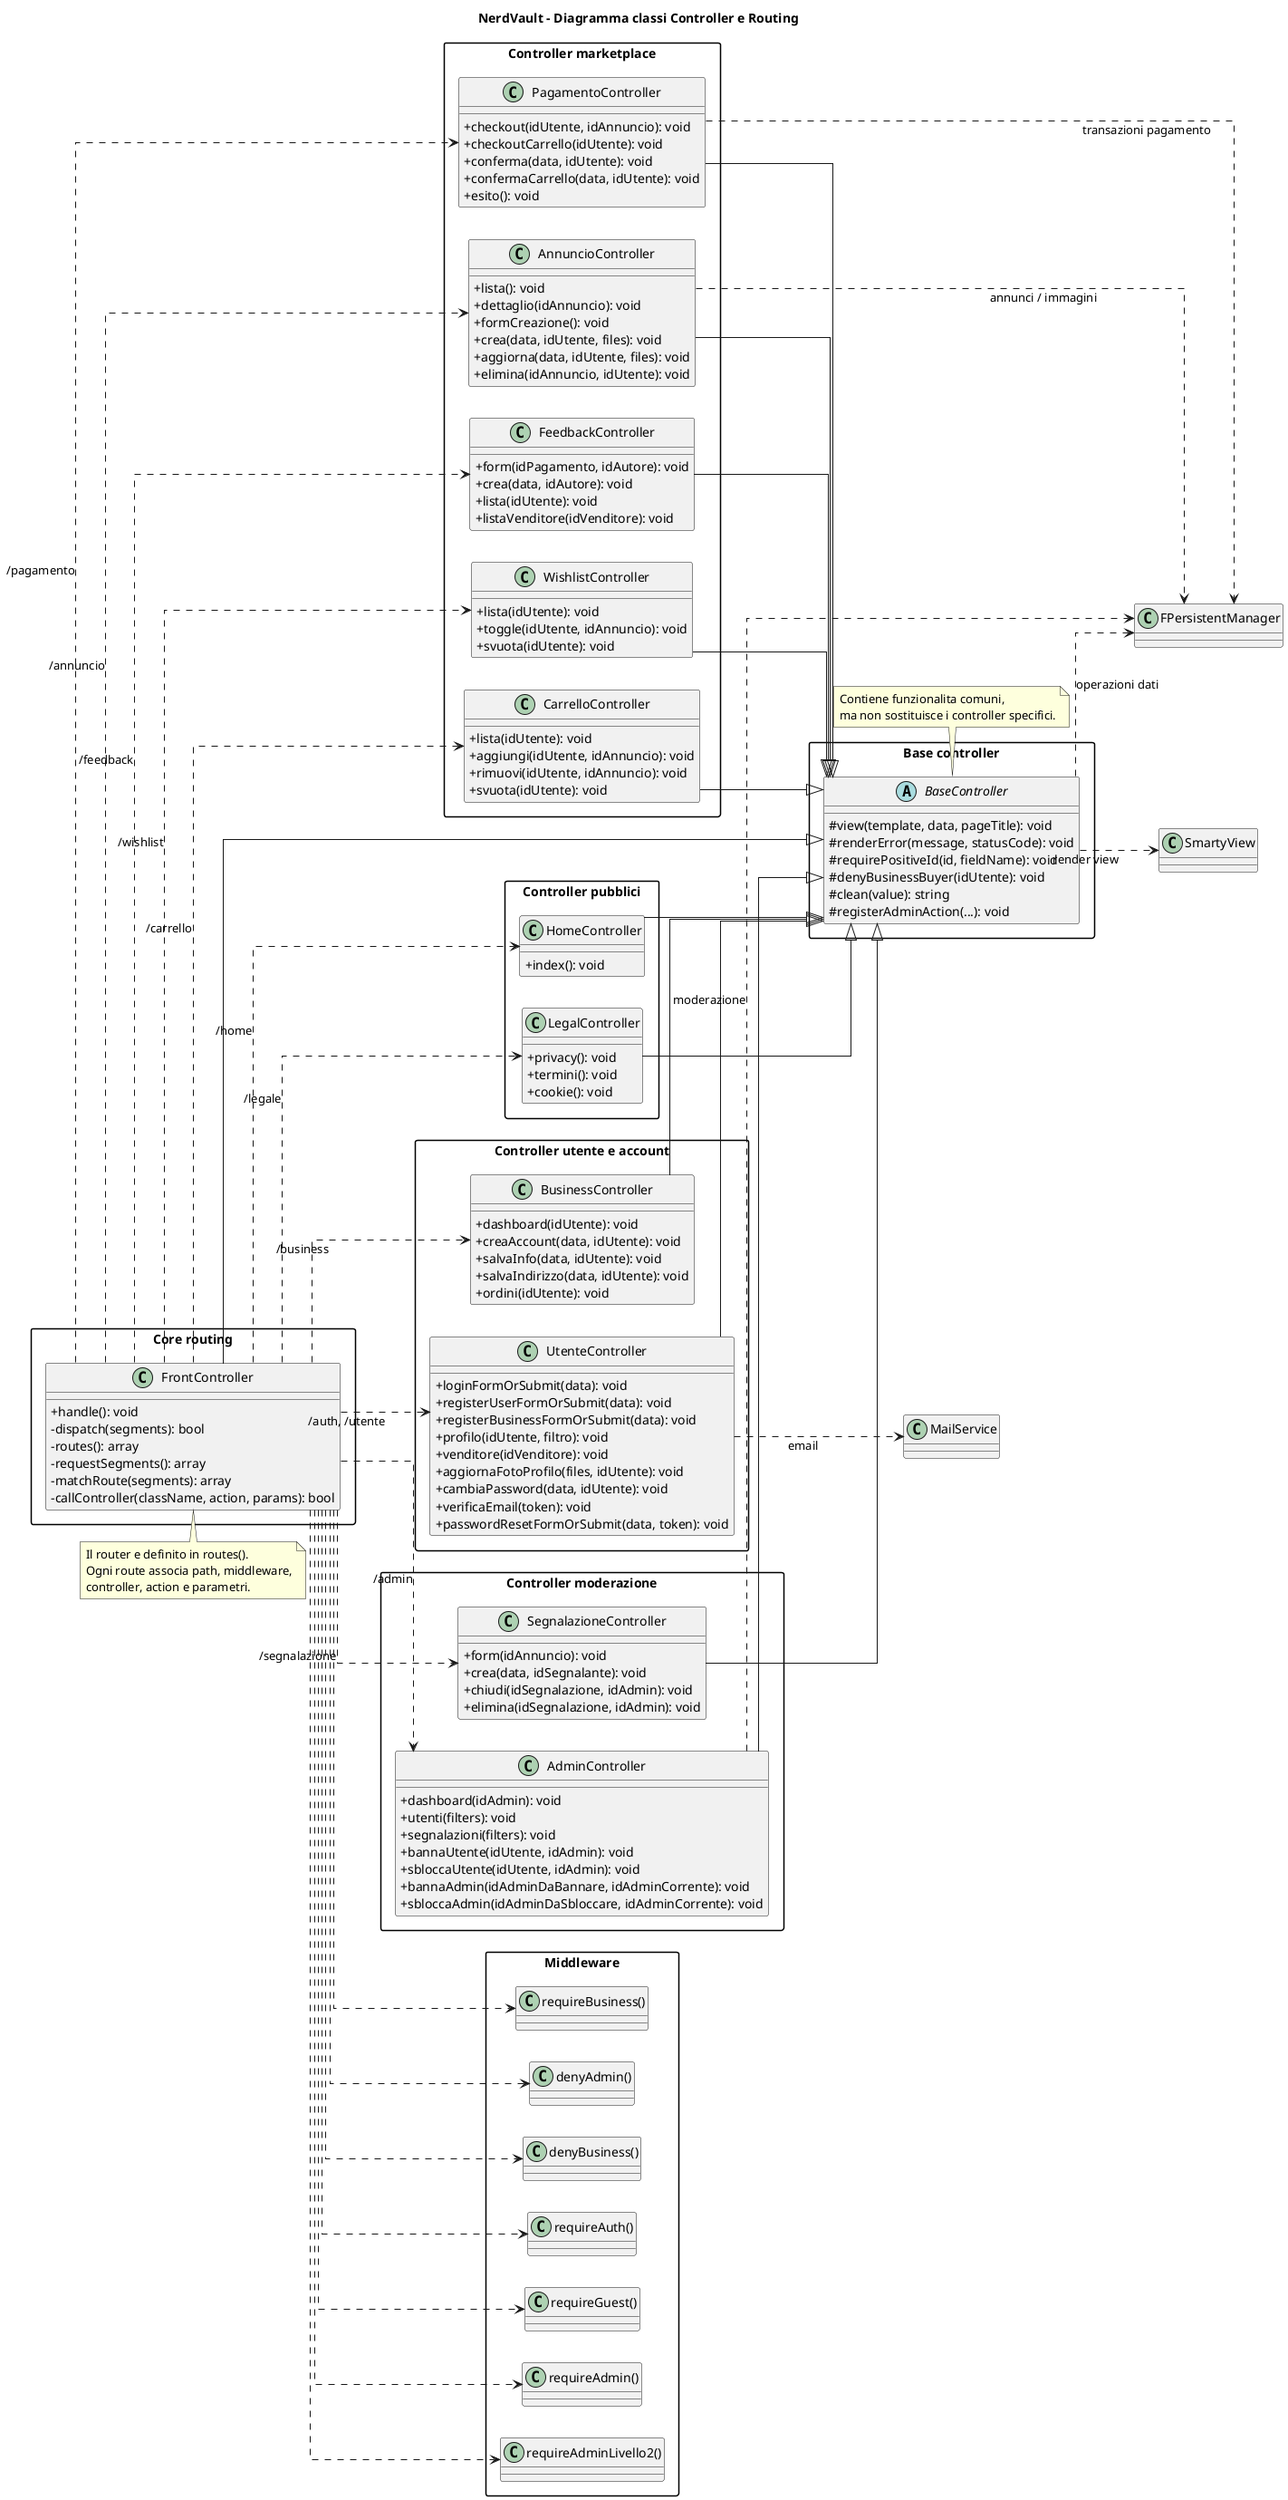
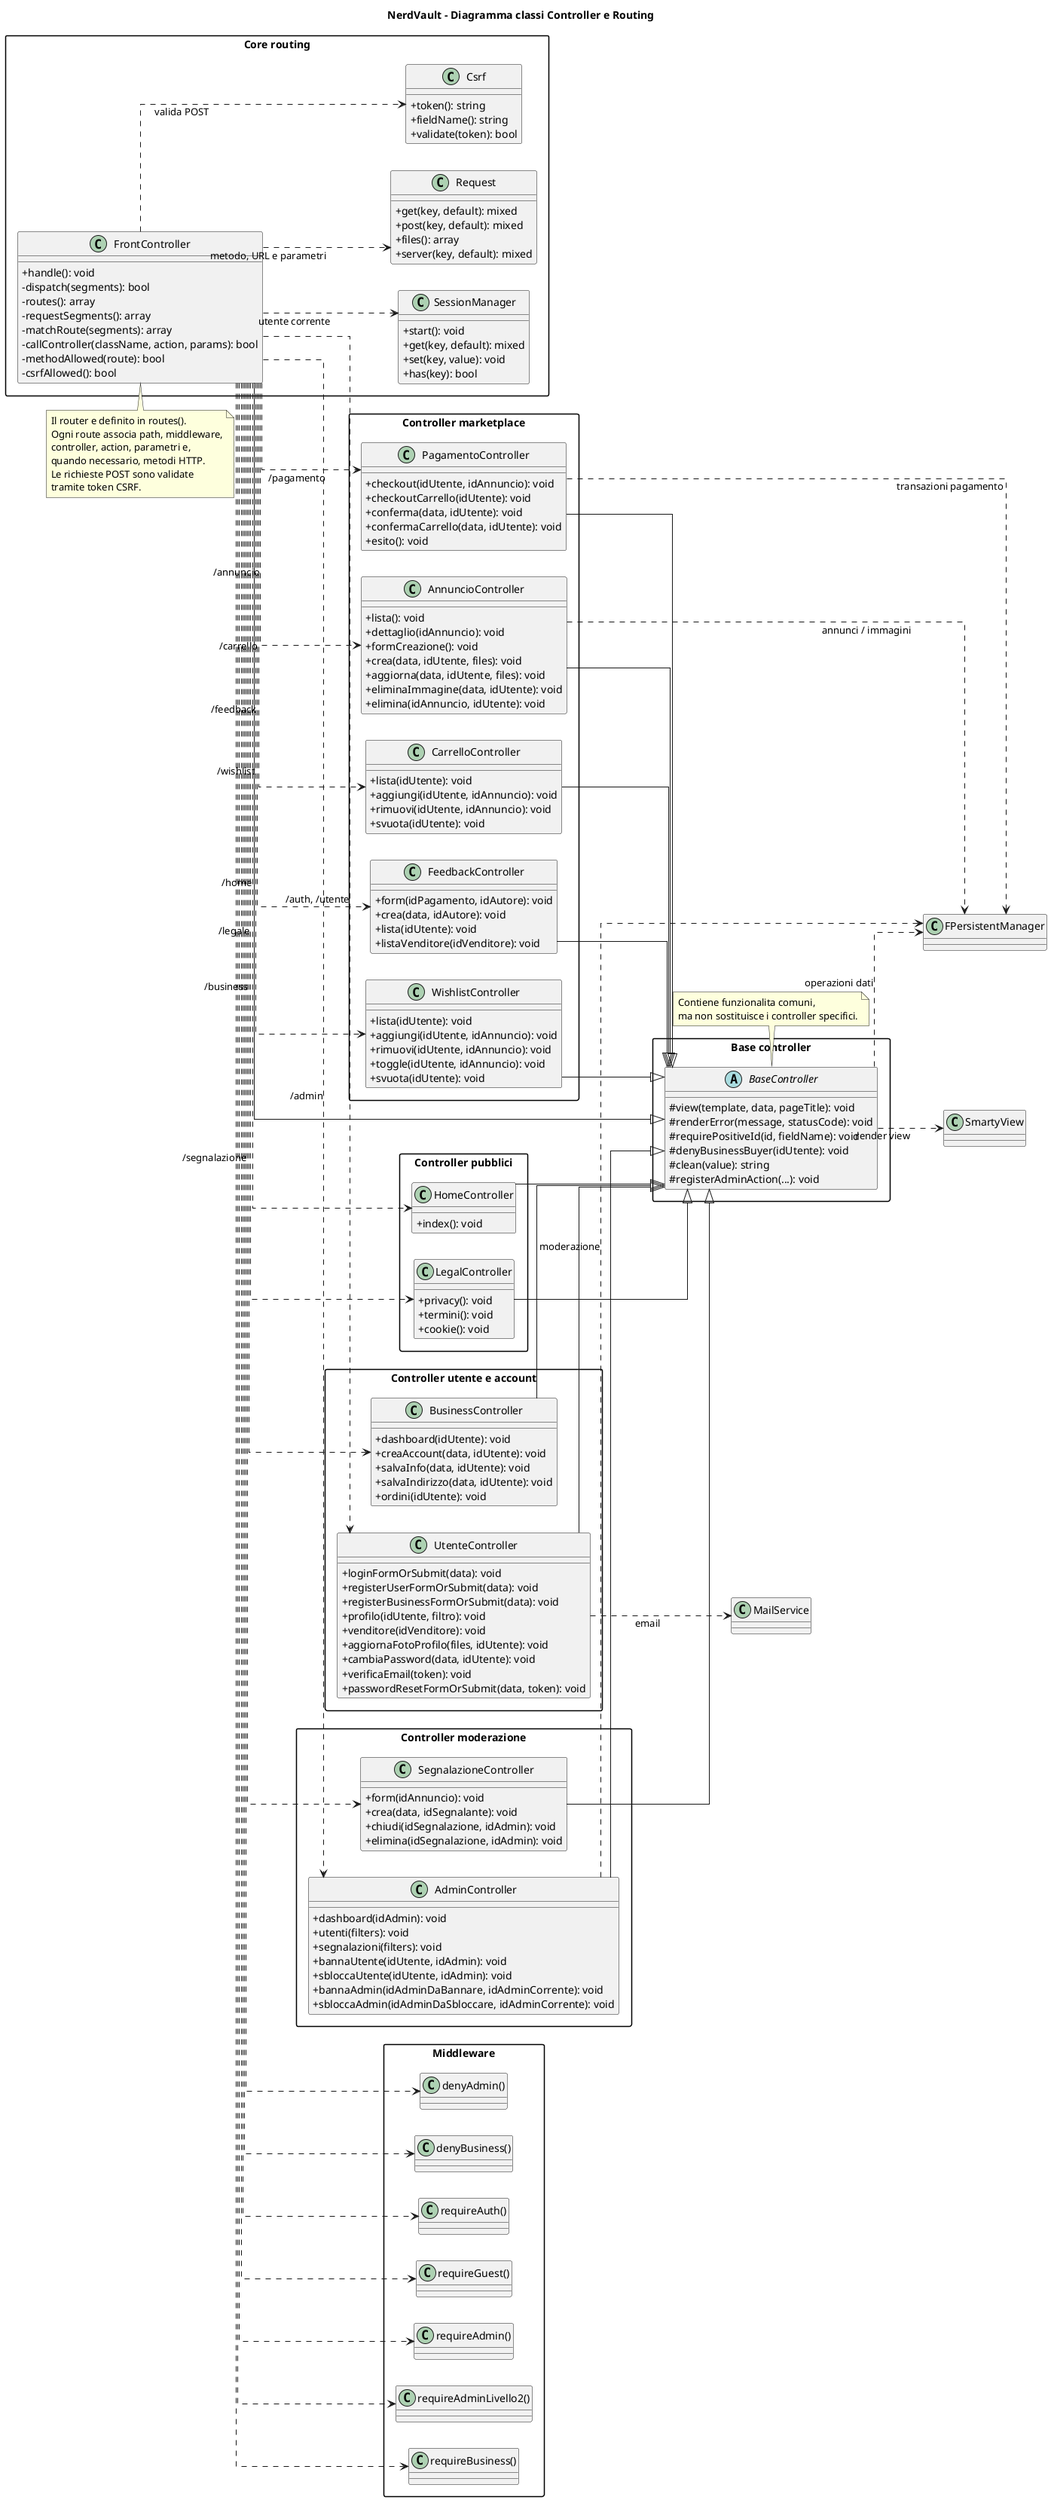
@startuml
title NerdVault - Diagramma classi Controller e Routing

skinparam classAttributeIconSize 0
skinparam shadowing false
skinparam linetype ortho
skinparam packageStyle rectangle

left to right direction

package "Core routing" {
  class FrontController {
    + handle(): void
    - dispatch(segments): bool
    - routes(): array
    - requestSegments(): array
    - matchRoute(segments): array
    - callController(className, action, params): bool
+     - methodAllowed(route): bool
+     - csrfAllowed(): bool
+   }
+ 
+   class Request {
+     + get(key, default): mixed
+     + post(key, default): mixed
+     + files(): array
+     + server(key, default): mixed
+   }
+ 
+   class Csrf {
+     + token(): string
+     + fieldName(): string
+     + validate(token): bool
+   }
+ 
+   class SessionManager {
+     + start(): void
+     + get(key, default): mixed
+     + set(key, value): void
+     + has(key): bool
  }
}

package "Base controller" {
  abstract class BaseController {
    # view(template, data, pageTitle): void
    # renderError(message, statusCode): void
    # requirePositiveId(id, fieldName): void
    # denyBusinessBuyer(idUtente): void
    # clean(value): string
    # registerAdminAction(...): void
  }
}

package "Controller pubblici" {
  class HomeController {
    + index(): void
  }

  class LegalController {
    + privacy(): void
    + termini(): void
    + cookie(): void
  }
}

package "Controller utente e account" {
  class UtenteController {
    + loginFormOrSubmit(data): void
    + registerUserFormOrSubmit(data): void
    + registerBusinessFormOrSubmit(data): void
    + profilo(idUtente, filtro): void
    + venditore(idVenditore): void
    + aggiornaFotoProfilo(files, idUtente): void
    + cambiaPassword(data, idUtente): void
    + verificaEmail(token): void
    + passwordResetFormOrSubmit(data, token): void
  }

  class BusinessController {
    + dashboard(idUtente): void
    + creaAccount(data, idUtente): void
    + salvaInfo(data, idUtente): void
    + salvaIndirizzo(data, idUtente): void
    + ordini(idUtente): void
  }
}

package "Controller marketplace" {
  class AnnuncioController {
    + lista(): void
    + dettaglio(idAnnuncio): void
    + formCreazione(): void
    + crea(data, idUtente, files): void
    + aggiorna(data, idUtente, files): void
+     + eliminaImmagine(data, idUtente): void
    + elimina(idAnnuncio, idUtente): void
  }

  class WishlistController {
    + lista(idUtente): void
+     + aggiungi(idUtente, idAnnuncio): void
+     + rimuovi(idUtente, idAnnuncio): void
    + toggle(idUtente, idAnnuncio): void
    + svuota(idUtente): void
  }

  class CarrelloController {
    + lista(idUtente): void
    + aggiungi(idUtente, idAnnuncio): void
    + rimuovi(idUtente, idAnnuncio): void
    + svuota(idUtente): void
  }

  class PagamentoController {
    + checkout(idUtente, idAnnuncio): void
    + checkoutCarrello(idUtente): void
    + conferma(data, idUtente): void
    + confermaCarrello(data, idUtente): void
    + esito(): void
  }

  class FeedbackController {
    + form(idPagamento, idAutore): void
    + crea(data, idAutore): void
    + lista(idUtente): void
    + listaVenditore(idVenditore): void
  }
}

package "Controller moderazione" {
  class SegnalazioneController {
    + form(idAnnuncio): void
    + crea(data, idSegnalante): void
    + chiudi(idSegnalazione, idAdmin): void
    + elimina(idSegnalazione, idAdmin): void
  }

  class AdminController {
    + dashboard(idAdmin): void
    + utenti(filters): void
    + segnalazioni(filters): void
    + bannaUtente(idUtente, idAdmin): void
    + sbloccaUtente(idUtente, idAdmin): void
    + bannaAdmin(idAdminDaBannare, idAdminCorrente): void
    + sbloccaAdmin(idAdminDaSbloccare, idAdminCorrente): void
  }
}

package "Middleware" {
  class "requireAuth()" as RequireAuth
  class "requireGuest()" as RequireGuest
  class "requireAdmin()" as RequireAdmin
  class "requireAdminLivello2()" as RequireAdmin2
  class "requireBusiness()" as RequireBusiness
  class "denyAdmin()" as DenyAdmin
  class "denyBusiness()" as DenyBusiness
}

FrontController --|> BaseController
HomeController --|> BaseController
LegalController --|> BaseController
UtenteController --|> BaseController
BusinessController --|> BaseController
AnnuncioController --|> BaseController
WishlistController --|> BaseController
CarrelloController --|> BaseController
PagamentoController --|> BaseController
FeedbackController --|> BaseController
SegnalazioneController --|> BaseController
AdminController --|> BaseController

FrontController ..> HomeController : /home
FrontController ..> LegalController : /legale
FrontController ..> UtenteController : /auth, /utente
FrontController ..> BusinessController : /business
FrontController ..> AnnuncioController : /annuncio
FrontController ..> WishlistController : /wishlist
FrontController ..> CarrelloController : /carrello
FrontController ..> PagamentoController : /pagamento
FrontController ..> FeedbackController : /feedback
FrontController ..> SegnalazioneController : /segnalazione
FrontController ..> AdminController : /admin

FrontController ..> RequireAuth
FrontController ..> RequireGuest
FrontController ..> RequireAdmin
FrontController ..> RequireAdmin2
FrontController ..> RequireBusiness
FrontController ..> DenyAdmin
FrontController ..> DenyBusiness
+ FrontController ..> Request : metodo, URL e parametri
+ FrontController ..> Csrf : valida POST
+ FrontController ..> SessionManager : utente corrente

BaseController ..> SmartyView : render view
BaseController ..> FPersistentManager : operazioni dati
UtenteController ..> MailService : email
AnnuncioController ..> FPersistentManager : annunci / immagini
PagamentoController ..> FPersistentManager : transazioni pagamento
AdminController ..> FPersistentManager : moderazione

note top of FrontController
Il router e definito in routes().
Ogni route associa path, middleware,
- controller, action e parametri.
+ controller, action, parametri e,
+ quando necessario, metodi HTTP.
+ Le richieste POST sono validate
+ tramite token CSRF.
end note

note bottom of BaseController
Contiene funzionalita comuni,
ma non sostituisce i controller specifici.
end note

@enduml
